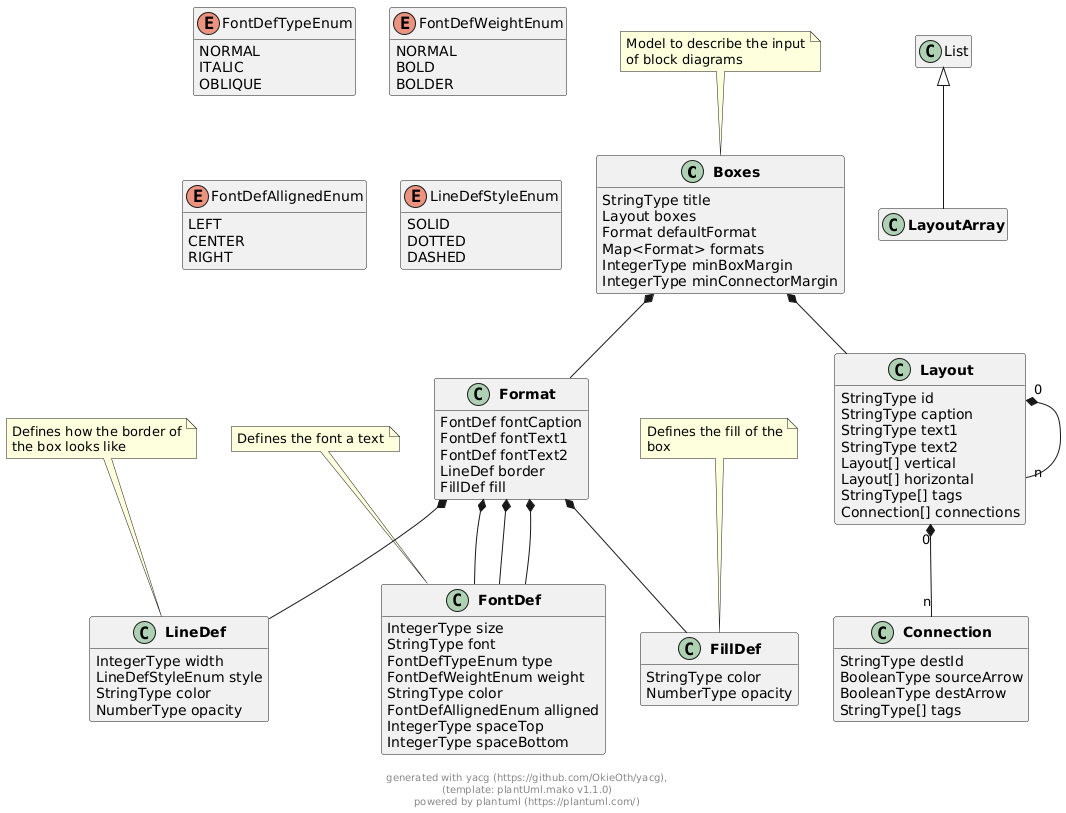
OkieOth/draw.chart.things keeps this PlantUML diagram as docs/models/png/boxes.png. Above is the earlier version.
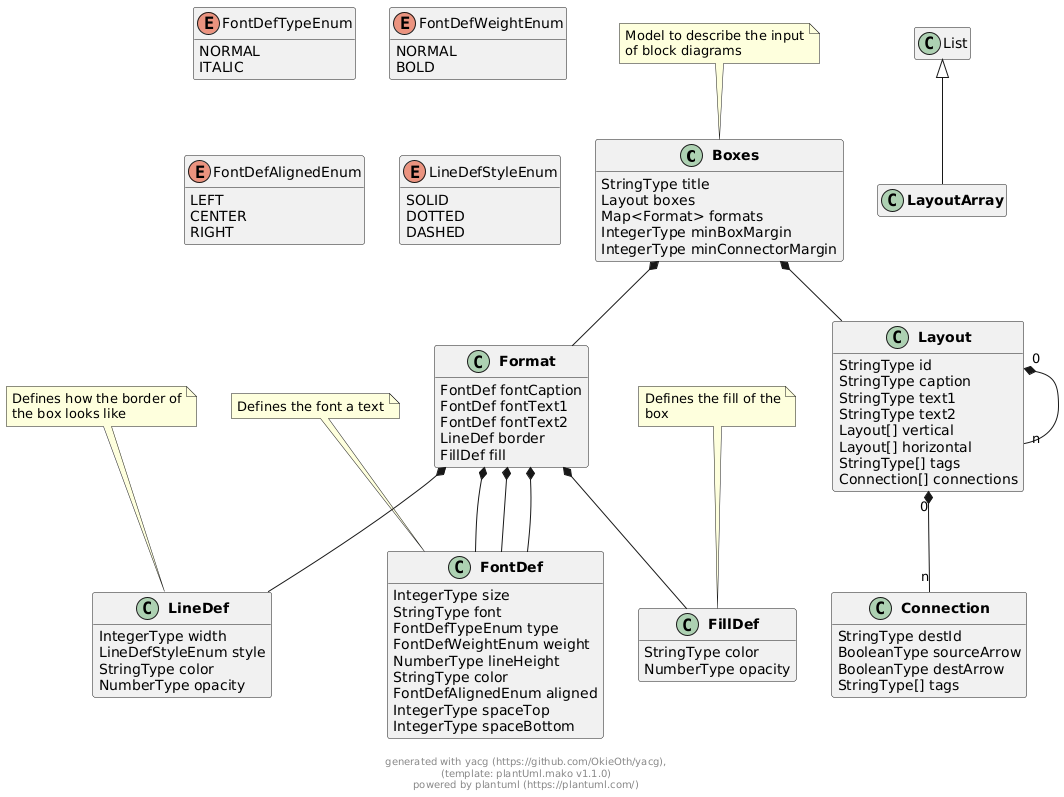
The same diagram one commit later.

Change to the diagram source:
```diff
@@ -6,7 +6,6 @@
 class "**Boxes**" as Boxes {
         StringType title
         Layout boxes
-        Format defaultFormat
         Map<Format> formats
         IntegerType minBoxMargin
         IntegerType minConnectorMargin
@@ -28,6 +27,7 @@
 
 
 
+
 class "**Format**" as Format {
         FontDef fontCaption
         FontDef fontText1
@@ -35,7 +35,6 @@
         LineDef border
         FillDef fill
 }
-
 
 
 
@@ -56,8 +55,9 @@
         StringType font
         FontDefTypeEnum type
         FontDefWeightEnum weight
+        NumberType lineHeight
         StringType color
-        FontDefAllignedEnum alligned
+        FontDefAlignedEnum aligned
         IntegerType spaceTop
         IntegerType spaceBottom
 }
@@ -68,16 +68,14 @@
 enum "FontDefTypeEnum" as FontDefTypeEnum {
     NORMAL
     ITALIC
-    OBLIQUE
 }
 
 enum "FontDefWeightEnum" as FontDefWeightEnum {
     NORMAL
     BOLD
-    BOLDER
 }
 
-enum "FontDefAllignedEnum" as FontDefAllignedEnum {
+enum "FontDefAlignedEnum" as FontDefAlignedEnum {
     LEFT
     CENTER
     RIGHT
@@ -121,12 +119,12 @@
 
 
 
-
 Layout "0" *-- "n" Layout
 
 
 
 Layout "0" *-- "n" Connection
+
 
 
 Format  *--  FontDef
```
